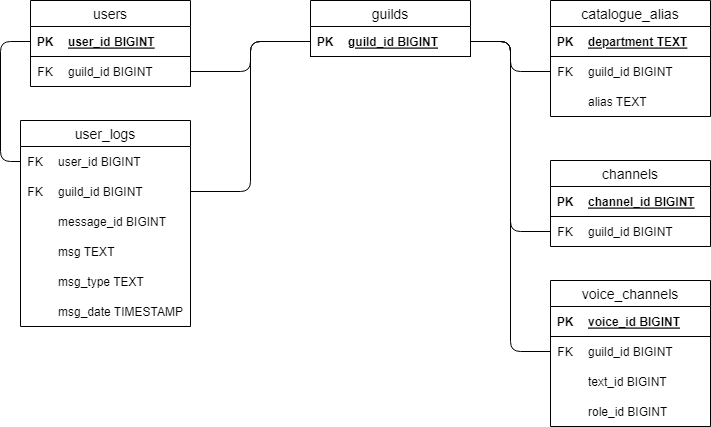
The draw.io diagram docs/diagrams/peterbot_er_diagram.png in Vacneyelk/PeterBot, before a commit. Source tidied: cells renumbered, new cells last; positions are measured from the earlier drawing's top-left corner, leaving out a move shared by most shapes. The source it was exported from:
```xml
<mxGraphModel>
  <root>
    <mxCell id="0" />
    <mxCell id="1" parent="0" />
    <mxCell id="2" value="guilds" style="swimlane;fontStyle=0;horizontal=1;startSize=26;align=center;fontSize=14;" parent="1" vertex="1">
      <mxGeometry x="290" width="160" height="56" as="geometry" />
    </mxCell>
    <mxCell id="3" style="shape=table;startSize=0;rowLines=0;fontStyle=0;align=center;strokeColor=none;fillColor=none;" parent="2" vertex="1">
      <mxGeometry y="26" width="160" height="30" as="geometry" />
    </mxCell>
    <mxCell id="4" style="shape=tableRow;horizontal=0;startSize=0;swimlaneHead=0;swimlaneBody=0;fillColor=none;points=[[0,0.5],[1,0.5]];portConstraint=eastwest;top=0;left=0;right=0;bottom=1;" parent="3" vertex="1">
      <mxGeometry width="160" height="30" as="geometry" />
    </mxCell>
    <mxCell id="5" value="PK" style="shape=partialRectangle;fillColor=none;top=0;left=0;bottom=0;right=0;fontStyle=1;overflow=hidden;" parent="4" vertex="1">
      <mxGeometry width="30" height="30" as="geometry" />
    </mxCell>
    <mxCell id="6" value="guild_id BIGINT" style="shape=partialRectangle;fillColor=none;top=0;left=0;bottom=0;right=0;align=left;spacingLeft=6;fontStyle=5;overflow=hidden;" parent="4" vertex="1">
      <mxGeometry x="30" width="130" height="30" as="geometry" />
    </mxCell>
    <mxCell id="7" value="users" style="swimlane;fontStyle=0;horizontal=1;startSize=26;align=center;fontSize=14;" parent="1" vertex="1">
      <mxGeometry x="10" width="160" height="86" as="geometry" />
    </mxCell>
    <mxCell id="8" style="shape=table;startSize=0;rowLines=0;fontStyle=0;align=center;strokeColor=none;fillColor=none;" parent="7" vertex="1">
      <mxGeometry y="26" width="160" height="60" as="geometry" />
    </mxCell>
    <mxCell id="9" style="shape=tableRow;horizontal=0;startSize=0;swimlaneHead=0;swimlaneBody=0;fillColor=none;points=[[0,0.5],[1,0.5]];portConstraint=eastwest;top=0;left=0;right=0;bottom=1;" parent="8" vertex="1">
      <mxGeometry width="160" height="30" as="geometry" />
    </mxCell>
    <mxCell id="10" value="PK" style="shape=partialRectangle;fillColor=none;top=0;left=0;bottom=0;right=0;fontStyle=1;overflow=hidden;" parent="9" vertex="1">
      <mxGeometry width="30" height="30" as="geometry" />
    </mxCell>
    <mxCell id="11" value="user_id BIGINT" style="shape=partialRectangle;fillColor=none;top=0;left=0;bottom=0;right=0;align=left;spacingLeft=6;fontStyle=5;overflow=hidden;" parent="9" vertex="1">
      <mxGeometry x="30" width="130" height="30" as="geometry" />
    </mxCell>
    <mxCell id="12" style="shape=tableRow;horizontal=0;startSize=0;swimlaneHead=0;swimlaneBody=0;fillColor=none;points=[[0,0.5],[1,0.5]];portConstraint=eastwest;top=0;left=0;right=0;bottom=0;" parent="8" vertex="1">
      <mxGeometry y="30" width="160" height="30" as="geometry" />
    </mxCell>
    <mxCell id="13" value="FK" style="shape=partialRectangle;fillColor=none;top=0;left=0;bottom=0;right=0;fontStyle=0;overflow=hidden;" parent="12" vertex="1">
      <mxGeometry width="30" height="30" as="geometry" />
    </mxCell>
    <mxCell id="14" value="guild_id BIGINT" style="shape=partialRectangle;fillColor=none;top=0;left=0;bottom=0;right=0;align=left;spacingLeft=6;fontStyle=0;overflow=hidden;" parent="12" vertex="1">
      <mxGeometry x="30" width="130" height="30" as="geometry" />
    </mxCell>
    <mxCell id="15" value="user_logs" style="swimlane;fontStyle=0;horizontal=1;startSize=26;align=center;fontSize=14;" parent="1" vertex="1">
      <mxGeometry y="120" width="170" height="206" as="geometry" />
    </mxCell>
    <mxCell id="16" style="shape=table;startSize=0;rowLines=0;fontStyle=0;align=center;strokeColor=none;fillColor=none;" parent="15" vertex="1">
      <mxGeometry y="26" width="170" height="180" as="geometry" />
    </mxCell>
    <mxCell id="17" style="shape=tableRow;horizontal=0;startSize=0;swimlaneHead=0;swimlaneBody=0;fillColor=none;points=[[0,0.5],[1,0.5]];portConstraint=eastwest;top=0;left=0;right=0;bottom=0;" parent="16" vertex="1">
      <mxGeometry width="170" height="30" as="geometry" />
    </mxCell>
    <mxCell id="18" value="FK" style="shape=partialRectangle;fillColor=none;top=0;left=0;bottom=0;right=0;fontStyle=0;overflow=hidden;" parent="17" vertex="1">
      <mxGeometry width="30" height="30" as="geometry" />
    </mxCell>
    <mxCell id="19" value="user_id BIGINT" style="shape=partialRectangle;fillColor=none;top=0;left=0;bottom=0;right=0;align=left;spacingLeft=6;fontStyle=0;overflow=hidden;" parent="17" vertex="1">
      <mxGeometry x="30" width="140" height="30" as="geometry" />
    </mxCell>
    <mxCell id="20" style="shape=tableRow;horizontal=0;startSize=0;swimlaneHead=0;swimlaneBody=0;fillColor=none;points=[[0,0.5],[1,0.5]];portConstraint=eastwest;top=0;left=0;right=0;bottom=0;" parent="16" vertex="1">
      <mxGeometry y="30" width="170" height="30" as="geometry" />
    </mxCell>
    <mxCell id="21" value="FK" style="shape=partialRectangle;fillColor=none;top=0;left=0;bottom=0;right=0;fontStyle=0;overflow=hidden;" parent="20" vertex="1">
      <mxGeometry width="30" height="30" as="geometry" />
    </mxCell>
    <mxCell id="22" value="guild_id BIGINT" style="shape=partialRectangle;fillColor=none;top=0;left=0;bottom=0;right=0;align=left;spacingLeft=6;fontStyle=0;overflow=hidden;" parent="20" vertex="1">
      <mxGeometry x="30" width="140" height="30" as="geometry" />
    </mxCell>
    <mxCell id="23" style="shape=tableRow;horizontal=0;startSize=0;swimlaneHead=0;swimlaneBody=0;fillColor=none;top=0;left=0;right=0;bottom=0;" parent="16" vertex="1">
      <mxGeometry y="60" width="170" height="30" as="geometry" />
    </mxCell>
    <mxCell id="24" style="shape=partialRectangle;fillColor=none;top=0;left=0;bottom=0;right=0;overflow=hidden;" parent="23" vertex="1">
      <mxGeometry width="30" height="30" as="geometry" />
    </mxCell>
    <mxCell id="25" value="message_id BIGINT" style="shape=partialRectangle;fillColor=none;top=0;left=0;bottom=0;right=0;align=left;spacingLeft=6;overflow=hidden;" parent="23" vertex="1">
      <mxGeometry x="30" width="140" height="30" as="geometry" />
    </mxCell>
    <mxCell id="26" style="shape=tableRow;horizontal=0;startSize=0;swimlaneHead=0;swimlaneBody=0;fillColor=none;top=0;left=0;right=0;bottom=0;" parent="16" vertex="1">
      <mxGeometry y="90" width="170" height="30" as="geometry" />
    </mxCell>
    <mxCell id="27" style="shape=partialRectangle;fillColor=none;top=0;left=0;bottom=0;right=0;overflow=hidden;" parent="26" vertex="1">
      <mxGeometry width="30" height="30" as="geometry" />
    </mxCell>
    <mxCell id="28" value="msg TEXT" style="shape=partialRectangle;fillColor=none;top=0;left=0;bottom=0;right=0;align=left;spacingLeft=6;overflow=hidden;" parent="26" vertex="1">
      <mxGeometry x="30" width="140" height="30" as="geometry" />
    </mxCell>
    <mxCell id="29" style="shape=tableRow;horizontal=0;startSize=0;swimlaneHead=0;swimlaneBody=0;fillColor=none;top=0;left=0;right=0;bottom=0;" parent="16" vertex="1">
      <mxGeometry y="120" width="170" height="30" as="geometry" />
    </mxCell>
    <mxCell id="30" style="shape=partialRectangle;fillColor=none;top=0;left=0;bottom=0;right=0;overflow=hidden;" parent="29" vertex="1">
      <mxGeometry width="30" height="30" as="geometry" />
    </mxCell>
    <mxCell id="31" value="msg_type TEXT" style="shape=partialRectangle;fillColor=none;top=0;left=0;bottom=0;right=0;align=left;spacingLeft=6;overflow=hidden;" parent="29" vertex="1">
      <mxGeometry x="30" width="140" height="30" as="geometry" />
    </mxCell>
    <mxCell id="32" style="shape=tableRow;horizontal=0;startSize=0;swimlaneHead=0;swimlaneBody=0;fillColor=none;top=0;left=0;right=0;bottom=0;" parent="16" vertex="1">
      <mxGeometry y="150" width="170" height="30" as="geometry" />
    </mxCell>
    <mxCell id="33" style="shape=partialRectangle;fillColor=none;top=0;left=0;bottom=0;right=0;overflow=hidden;" parent="32" vertex="1">
      <mxGeometry width="30" height="30" as="geometry" />
    </mxCell>
    <mxCell id="34" value="msg_date TIMESTAMP" style="shape=partialRectangle;fillColor=none;top=0;left=0;bottom=0;right=0;align=left;spacingLeft=6;overflow=hidden;" parent="32" vertex="1">
      <mxGeometry x="30" width="140" height="30" as="geometry" />
    </mxCell>
    <mxCell id="35" value="catalogue_alias" style="swimlane;fontStyle=0;horizontal=1;startSize=26;align=center;fontSize=14;" parent="1" vertex="1">
      <mxGeometry x="530" width="160" height="116" as="geometry" />
    </mxCell>
    <mxCell id="36" style="shape=table;startSize=0;rowLines=0;fontStyle=0;align=center;strokeColor=none;fillColor=none;" parent="35" vertex="1">
      <mxGeometry y="26" width="160" height="90" as="geometry" />
    </mxCell>
    <mxCell id="37" style="shape=tableRow;horizontal=0;startSize=0;swimlaneHead=0;swimlaneBody=0;fillColor=none;top=0;left=0;right=0;bottom=1;" parent="36" vertex="1">
      <mxGeometry width="160" height="30" as="geometry" />
    </mxCell>
    <mxCell id="38" value="PK" style="shape=partialRectangle;fillColor=none;top=0;left=0;bottom=0;right=0;fontStyle=1;overflow=hidden;" parent="37" vertex="1">
      <mxGeometry width="30" height="30" as="geometry" />
    </mxCell>
    <mxCell id="39" value="department TEXT" style="shape=partialRectangle;fillColor=none;top=0;left=0;bottom=0;right=0;align=left;spacingLeft=6;fontStyle=5;overflow=hidden;" parent="37" vertex="1">
      <mxGeometry x="30" width="130" height="30" as="geometry" />
    </mxCell>
    <mxCell id="40" style="shape=tableRow;horizontal=0;startSize=0;swimlaneHead=0;swimlaneBody=0;fillColor=none;points=[[0,0.5],[1,0.5]];portConstraint=eastwest;top=0;left=0;right=0;bottom=0;" parent="36" vertex="1">
      <mxGeometry y="30" width="160" height="30" as="geometry" />
    </mxCell>
    <mxCell id="41" value="FK" style="shape=partialRectangle;fillColor=none;top=0;left=0;bottom=0;right=0;fontStyle=0;overflow=hidden;" parent="40" vertex="1">
      <mxGeometry width="30" height="30" as="geometry" />
    </mxCell>
    <mxCell id="42" value="guild_id BIGINT" style="shape=partialRectangle;fillColor=none;top=0;left=0;bottom=0;right=0;align=left;spacingLeft=6;fontStyle=0;overflow=hidden;" parent="40" vertex="1">
      <mxGeometry x="30" width="130" height="30" as="geometry" />
    </mxCell>
    <mxCell id="43" style="shape=tableRow;horizontal=0;startSize=0;swimlaneHead=0;swimlaneBody=0;fillColor=none;top=0;left=0;right=0;bottom=0;" parent="36" vertex="1">
      <mxGeometry y="60" width="160" height="30" as="geometry" />
    </mxCell>
    <mxCell id="44" style="shape=partialRectangle;fillColor=none;top=0;left=0;bottom=0;right=0;overflow=hidden;" parent="43" vertex="1">
      <mxGeometry width="30" height="30" as="geometry" />
    </mxCell>
    <mxCell id="45" value="alias TEXT" style="shape=partialRectangle;fillColor=none;top=0;left=0;bottom=0;right=0;align=left;spacingLeft=6;overflow=hidden;" parent="43" vertex="1">
      <mxGeometry x="30" width="130" height="30" as="geometry" />
    </mxCell>
    <mxCell id="46" value="channels" style="swimlane;fontStyle=0;horizontal=1;startSize=26;align=center;fontSize=14;" parent="1" vertex="1">
      <mxGeometry x="530" y="160" width="160" height="86" as="geometry" />
    </mxCell>
    <mxCell id="47" style="shape=table;startSize=0;rowLines=0;fontStyle=0;align=center;strokeColor=none;fillColor=none;" parent="46" vertex="1">
      <mxGeometry y="26" width="160" height="60" as="geometry" />
    </mxCell>
    <mxCell id="48" style="shape=tableRow;horizontal=0;startSize=0;swimlaneHead=0;swimlaneBody=0;fillColor=none;points=[[0,0.5],[1,0.5]];portConstraint=eastwest;top=0;left=0;right=0;bottom=1;" parent="47" vertex="1">
      <mxGeometry width="160" height="30" as="geometry" />
    </mxCell>
    <mxCell id="49" value="PK" style="shape=partialRectangle;fillColor=none;top=0;left=0;bottom=0;right=0;fontStyle=1;overflow=hidden;" parent="48" vertex="1">
      <mxGeometry width="30" height="30" as="geometry" />
    </mxCell>
    <mxCell id="50" value="channel_id BIGINT" style="shape=partialRectangle;fillColor=none;top=0;left=0;bottom=0;right=0;align=left;spacingLeft=6;fontStyle=5;overflow=hidden;" parent="48" vertex="1">
      <mxGeometry x="30" width="130" height="30" as="geometry" />
    </mxCell>
    <mxCell id="51" style="shape=tableRow;horizontal=0;startSize=0;swimlaneHead=0;swimlaneBody=0;fillColor=none;points=[[0,0.5],[1,0.5]];portConstraint=eastwest;top=0;left=0;right=0;bottom=0;" parent="47" vertex="1">
      <mxGeometry y="30" width="160" height="30" as="geometry" />
    </mxCell>
    <mxCell id="52" value="FK" style="shape=partialRectangle;fillColor=none;top=0;left=0;bottom=0;right=0;fontStyle=0;overflow=hidden;" parent="51" vertex="1">
      <mxGeometry width="30" height="30" as="geometry" />
    </mxCell>
    <mxCell id="53" value="guild_id BIGINT" style="shape=partialRectangle;fillColor=none;top=0;left=0;bottom=0;right=0;align=left;spacingLeft=6;fontStyle=0;overflow=hidden;" parent="51" vertex="1">
      <mxGeometry x="30" width="130" height="30" as="geometry" />
    </mxCell>
    <mxCell id="54" value="voice_channels" style="swimlane;fontStyle=0;horizontal=1;startSize=26;align=center;fontSize=14;" parent="1" vertex="1">
      <mxGeometry x="530" y="280" width="160" height="146" as="geometry" />
    </mxCell>
    <mxCell id="55" style="shape=table;startSize=0;rowLines=0;fontStyle=0;align=center;strokeColor=none;fillColor=none;" parent="54" vertex="1">
      <mxGeometry y="26" width="160" height="120" as="geometry" />
    </mxCell>
    <mxCell id="56" style="shape=tableRow;horizontal=0;startSize=0;swimlaneHead=0;swimlaneBody=0;fillColor=none;top=0;left=0;right=0;bottom=1;" parent="55" vertex="1">
      <mxGeometry width="160" height="30" as="geometry" />
    </mxCell>
    <mxCell id="57" value="PK" style="shape=partialRectangle;fillColor=none;top=0;left=0;bottom=0;right=0;fontStyle=1;overflow=hidden;" parent="56" vertex="1">
      <mxGeometry width="30" height="30" as="geometry" />
    </mxCell>
    <mxCell id="58" value="voice_id BIGINT" style="shape=partialRectangle;fillColor=none;top=0;left=0;bottom=0;right=0;align=left;spacingLeft=6;fontStyle=5;overflow=hidden;" parent="56" vertex="1">
      <mxGeometry x="30" width="130" height="30" as="geometry" />
    </mxCell>
    <mxCell id="59" style="shape=tableRow;horizontal=0;startSize=0;swimlaneHead=0;swimlaneBody=0;fillColor=none;points=[[0,0.5],[1,0.5]];portConstraint=eastwest;top=0;left=0;right=0;bottom=0;" parent="55" vertex="1">
      <mxGeometry y="30" width="160" height="30" as="geometry" />
    </mxCell>
    <mxCell id="60" value="FK" style="shape=partialRectangle;fillColor=none;top=0;left=0;bottom=0;right=0;fontStyle=0;overflow=hidden;" parent="59" vertex="1">
      <mxGeometry width="30" height="30" as="geometry" />
    </mxCell>
    <mxCell id="61" value="guild_id BIGINT" style="shape=partialRectangle;fillColor=none;top=0;left=0;bottom=0;right=0;align=left;spacingLeft=6;fontStyle=0;overflow=hidden;" parent="59" vertex="1">
      <mxGeometry x="30" width="130" height="30" as="geometry" />
    </mxCell>
    <mxCell id="62" style="shape=tableRow;horizontal=0;startSize=0;swimlaneHead=0;swimlaneBody=0;fillColor=none;top=0;left=0;right=0;bottom=0;" parent="55" vertex="1">
      <mxGeometry y="60" width="160" height="30" as="geometry" />
    </mxCell>
    <mxCell id="63" style="shape=partialRectangle;fillColor=none;top=0;left=0;bottom=0;right=0;overflow=hidden;" parent="62" vertex="1">
      <mxGeometry width="30" height="30" as="geometry" />
    </mxCell>
    <mxCell id="64" value="text_id BIGINT" style="shape=partialRectangle;fillColor=none;top=0;left=0;bottom=0;right=0;align=left;spacingLeft=6;overflow=hidden;" parent="62" vertex="1">
      <mxGeometry x="30" width="130" height="30" as="geometry" />
    </mxCell>
    <mxCell id="65" style="shape=tableRow;horizontal=0;startSize=0;swimlaneHead=0;swimlaneBody=0;fillColor=none;top=0;left=0;right=0;bottom=0;" parent="55" vertex="1">
      <mxGeometry y="90" width="160" height="30" as="geometry" />
    </mxCell>
    <mxCell id="66" style="shape=partialRectangle;fillColor=none;top=0;left=0;bottom=0;right=0;overflow=hidden;" parent="65" vertex="1">
      <mxGeometry width="30" height="30" as="geometry" />
    </mxCell>
    <mxCell id="67" value="role_id BIGINT" style="shape=partialRectangle;fillColor=none;top=0;left=0;bottom=0;right=0;align=left;spacingLeft=6;overflow=hidden;" parent="65" vertex="1">
      <mxGeometry x="30" width="130" height="30" as="geometry" />
    </mxCell>
    <mxCell id="68" style="edgeStyle=orthogonalEdgeStyle;rounded=1;jettySize=auto;html=1;exitX=1;exitY=0.5;exitDx=0;exitDy=0;entryX=0;entryY=0.5;entryDx=0;entryDy=0;endArrow=none;endFill=0;" parent="1" edge="1" source="12" target="4">
      <mxGeometry relative="1" as="geometry" />
    </mxCell>
    <mxCell id="69" style="edgeStyle=orthogonalEdgeStyle;rounded=1;jettySize=auto;html=1;exitX=1;exitY=0.5;exitDx=0;exitDy=0;entryX=0;entryY=0.5;entryDx=0;entryDy=0;endArrow=none;endFill=0;" parent="1" edge="1" source="20" target="4">
      <mxGeometry relative="1" as="geometry" />
    </mxCell>
    <mxCell id="70" style="edgeStyle=orthogonalEdgeStyle;rounded=1;jettySize=auto;html=1;exitX=0;exitY=0.5;exitDx=0;exitDy=0;entryX=1;entryY=0.5;entryDx=0;entryDy=0;endArrow=none;endFill=0;" parent="1" edge="1" source="40" target="4">
      <mxGeometry relative="1" as="geometry" />
    </mxCell>
    <mxCell id="71" style="edgeStyle=orthogonalEdgeStyle;rounded=1;jettySize=auto;html=1;exitX=0;exitY=0.5;exitDx=0;exitDy=0;entryX=1;entryY=0.5;entryDx=0;entryDy=0;endArrow=none;endFill=0;" parent="1" edge="1" source="51" target="4">
      <mxGeometry relative="1" as="geometry" />
    </mxCell>
    <mxCell id="72" style="edgeStyle=orthogonalEdgeStyle;rounded=1;jettySize=auto;html=1;exitX=0;exitY=0.5;exitDx=0;exitDy=0;entryX=1;entryY=0.5;entryDx=0;entryDy=0;endArrow=none;endFill=0;" parent="1" edge="1" source="59" target="4">
      <mxGeometry relative="1" as="geometry" />
    </mxCell>
    <mxCell id="73" style="edgeStyle=orthogonalEdgeStyle;rounded=1;jettySize=auto;html=1;exitX=0;exitY=0.5;exitDx=0;exitDy=0;entryX=0;entryY=0.5;entryDx=0;entryDy=0;endArrow=none;endFill=0;" parent="1" edge="1" source="9" target="17">
      <mxGeometry relative="1" as="geometry" />
    </mxCell>
  </root>
</mxGraphModel>
```
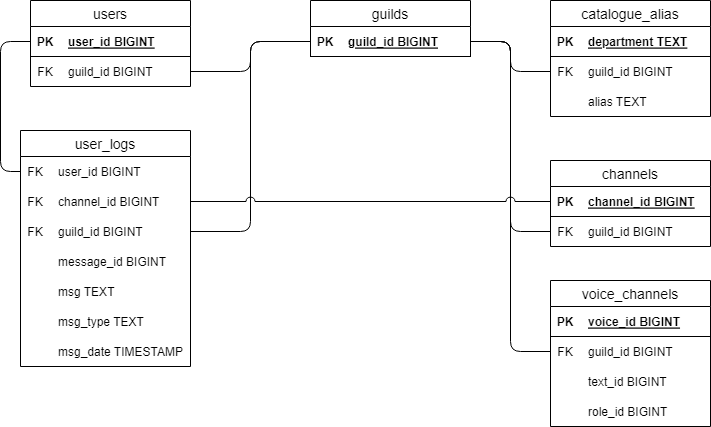
The same diagram one commit later.

Commit message:
fix: changed postgres diagram to include channel id for user logs

Change to the diagram source:
```diff
@@ -42,10 +42,10 @@
       <mxGeometry x="30" width="130" height="30" as="geometry" />
     </mxCell>
     <mxCell id="15" value="user_logs" style="swimlane;fontStyle=0;horizontal=1;startSize=26;align=center;fontSize=14;" parent="1" vertex="1">
-      <mxGeometry y="120" width="170" height="206" as="geometry" />
+      <mxGeometry y="130" width="170" height="236" as="geometry" />
     </mxCell>
     <mxCell id="16" style="shape=table;startSize=0;rowLines=0;fontStyle=0;align=center;strokeColor=none;fillColor=none;" parent="15" vertex="1">
-      <mxGeometry y="26" width="170" height="180" as="geometry" />
+      <mxGeometry y="26" width="170" height="210" as="geometry" />
     </mxCell>
     <mxCell id="17" style="shape=tableRow;horizontal=0;startSize=0;swimlaneHead=0;swimlaneBody=0;fillColor=none;points=[[0,0.5],[1,0.5]];portConstraint=eastwest;top=0;left=0;right=0;bottom=0;" parent="16" vertex="1">
       <mxGeometry width="170" height="30" as="geometry" />
@@ -56,8 +56,17 @@
     <mxCell id="19" value="user_id BIGINT" style="shape=partialRectangle;fillColor=none;top=0;left=0;bottom=0;right=0;align=left;spacingLeft=6;fontStyle=0;overflow=hidden;" parent="17" vertex="1">
       <mxGeometry x="30" width="140" height="30" as="geometry" />
     </mxCell>
+    <mxCell id="74" style="shape=tableRow;horizontal=0;startSize=0;swimlaneHead=0;swimlaneBody=0;fillColor=none;points=[[0,0.5],[1,0.5]];portConstraint=eastwest;top=0;left=0;right=0;bottom=0;" parent="16" vertex="1">
+      <mxGeometry y="30" width="170" height="30" as="geometry" />
+    </mxCell>
+    <mxCell id="75" value="FK" style="shape=partialRectangle;fillColor=none;top=0;left=0;bottom=0;right=0;fontStyle=0;overflow=hidden;" parent="74" vertex="1">
+      <mxGeometry width="30" height="30" as="geometry" />
+    </mxCell>
+    <mxCell id="76" value="channel_id BIGINT" style="shape=partialRectangle;fillColor=none;top=0;left=0;bottom=0;right=0;align=left;spacingLeft=6;fontStyle=0;overflow=hidden;" parent="74" vertex="1">
+      <mxGeometry x="30" width="140" height="30" as="geometry" />
+    </mxCell>
     <mxCell id="20" style="shape=tableRow;horizontal=0;startSize=0;swimlaneHead=0;swimlaneBody=0;fillColor=none;points=[[0,0.5],[1,0.5]];portConstraint=eastwest;top=0;left=0;right=0;bottom=0;" parent="16" vertex="1">
-      <mxGeometry y="30" width="170" height="30" as="geometry" />
+      <mxGeometry y="60" width="170" height="30" as="geometry" />
     </mxCell>
     <mxCell id="21" value="FK" style="shape=partialRectangle;fillColor=none;top=0;left=0;bottom=0;right=0;fontStyle=0;overflow=hidden;" parent="20" vertex="1">
       <mxGeometry width="30" height="30" as="geometry" />
@@ -66,7 +75,7 @@
       <mxGeometry x="30" width="140" height="30" as="geometry" />
     </mxCell>
     <mxCell id="23" style="shape=tableRow;horizontal=0;startSize=0;swimlaneHead=0;swimlaneBody=0;fillColor=none;top=0;left=0;right=0;bottom=0;" parent="16" vertex="1">
-      <mxGeometry y="60" width="170" height="30" as="geometry" />
+      <mxGeometry y="90" width="170" height="30" as="geometry" />
     </mxCell>
     <mxCell id="24" style="shape=partialRectangle;fillColor=none;top=0;left=0;bottom=0;right=0;overflow=hidden;" parent="23" vertex="1">
       <mxGeometry width="30" height="30" as="geometry" />
@@ -75,7 +84,7 @@
       <mxGeometry x="30" width="140" height="30" as="geometry" />
     </mxCell>
     <mxCell id="26" style="shape=tableRow;horizontal=0;startSize=0;swimlaneHead=0;swimlaneBody=0;fillColor=none;top=0;left=0;right=0;bottom=0;" parent="16" vertex="1">
-      <mxGeometry y="90" width="170" height="30" as="geometry" />
+      <mxGeometry y="120" width="170" height="30" as="geometry" />
     </mxCell>
     <mxCell id="27" style="shape=partialRectangle;fillColor=none;top=0;left=0;bottom=0;right=0;overflow=hidden;" parent="26" vertex="1">
       <mxGeometry width="30" height="30" as="geometry" />
@@ -84,7 +93,7 @@
       <mxGeometry x="30" width="140" height="30" as="geometry" />
     </mxCell>
     <mxCell id="29" style="shape=tableRow;horizontal=0;startSize=0;swimlaneHead=0;swimlaneBody=0;fillColor=none;top=0;left=0;right=0;bottom=0;" parent="16" vertex="1">
-      <mxGeometry y="120" width="170" height="30" as="geometry" />
+      <mxGeometry y="150" width="170" height="30" as="geometry" />
     </mxCell>
     <mxCell id="30" style="shape=partialRectangle;fillColor=none;top=0;left=0;bottom=0;right=0;overflow=hidden;" parent="29" vertex="1">
       <mxGeometry width="30" height="30" as="geometry" />
@@ -93,7 +102,7 @@
       <mxGeometry x="30" width="140" height="30" as="geometry" />
     </mxCell>
     <mxCell id="32" style="shape=tableRow;horizontal=0;startSize=0;swimlaneHead=0;swimlaneBody=0;fillColor=none;top=0;left=0;right=0;bottom=0;" parent="16" vertex="1">
-      <mxGeometry y="150" width="170" height="30" as="geometry" />
+      <mxGeometry y="180" width="170" height="30" as="geometry" />
     </mxCell>
     <mxCell id="33" style="shape=partialRectangle;fillColor=none;top=0;left=0;bottom=0;right=0;overflow=hidden;" parent="32" vertex="1">
       <mxGeometry width="30" height="30" as="geometry" />
@@ -218,5 +227,8 @@
     <mxCell id="73" style="edgeStyle=orthogonalEdgeStyle;rounded=1;jettySize=auto;html=1;exitX=0;exitY=0.5;exitDx=0;exitDy=0;entryX=0;entryY=0.5;entryDx=0;entryDy=0;endArrow=none;endFill=0;" parent="1" edge="1" source="9" target="17">
       <mxGeometry relative="1" as="geometry" />
     </mxCell>
+    <mxCell id="77" style="edgeStyle=orthogonalEdgeStyle;rounded=1;jettySize=auto;html=1;exitX=1;exitY=0.5;exitDx=0;exitDy=0;entryX=0;entryY=0.5;entryDx=0;entryDy=0;endArrow=none;endFill=0;jumpStyle=arc;jumpSize=9;" parent="1" edge="1" source="74" target="48">
+      <mxGeometry relative="1" as="geometry" />
+    </mxCell>
   </root>
 </mxGraphModel>
```
